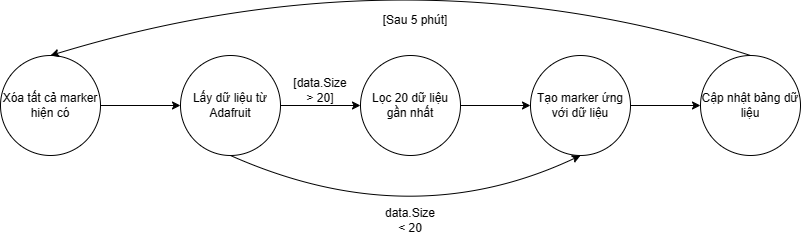
Above: images/Map.drawio.png in minhducquach/VDT_NB-IoT (draw.io), before the change. Source tidied: cells renumbered, new cells last; positions are measured from the earlier drawing's top-left corner, leaving out a move shared by most shapes.
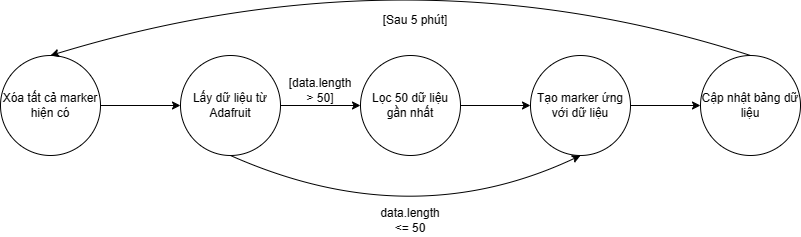
After the change.

Diff of the diagram source:
```diff
@@ -17,7 +17,7 @@
     <mxCell id="6" style="edgeStyle=orthogonalEdgeStyle;rounded=0;jettySize=auto;html=1;" parent="1" edge="1" source="7" target="9">
       <mxGeometry relative="1" as="geometry" />
     </mxCell>
-    <mxCell id="7" value="Lọc 20 dữ liệu gần nhất" style="ellipse;whiteSpace=wrap;html=1;" parent="1" vertex="1">
+    <mxCell id="7" value="Lọc 50 dữ liệu gần nhất" style="ellipse;whiteSpace=wrap;html=1;" parent="1" vertex="1">
       <mxGeometry x="360" y="110" width="100" height="100" as="geometry" />
     </mxCell>
     <mxCell id="8" style="edgeStyle=orthogonalEdgeStyle;rounded=0;jettySize=auto;html=1;" parent="1" edge="1" source="9" target="10">
@@ -36,10 +36,10 @@
         </Array>
       </mxGeometry>
     </mxCell>
-    <mxCell id="12" value="[data.Size &amp;gt; 20]" style="text;html=1;strokeColor=none;fillColor=none;align=center;verticalAlign=middle;whiteSpace=wrap;rounded=0;" parent="1" vertex="1">
+    <mxCell id="12" value="[data.length &amp;gt; 50]" style="text;html=1;strokeColor=none;fillColor=none;align=center;verticalAlign=middle;whiteSpace=wrap;rounded=0;" parent="1" vertex="1">
       <mxGeometry x="290" y="130" width="60" height="30" as="geometry" />
     </mxCell>
-    <mxCell id="13" value="data.Size &amp;lt; 20" style="text;html=1;strokeColor=none;fillColor=none;align=center;verticalAlign=middle;whiteSpace=wrap;rounded=0;" parent="1" vertex="1">
+    <mxCell id="13" value="data.length &amp;lt;= 50" style="text;html=1;strokeColor=none;fillColor=none;align=center;verticalAlign=middle;whiteSpace=wrap;rounded=0;" parent="1" vertex="1">
       <mxGeometry x="380" y="260" width="60" height="30" as="geometry" />
     </mxCell>
     <mxCell id="14" style="curved=1;endArrow=classic;html=1;rounded=0;exitX=0.5;exitY=0;exitDx=0;exitDy=0;entryX=0.5;entryY=0;entryDx=0;entryDy=0;" parent="1" edge="1" source="10" target="5">
```
